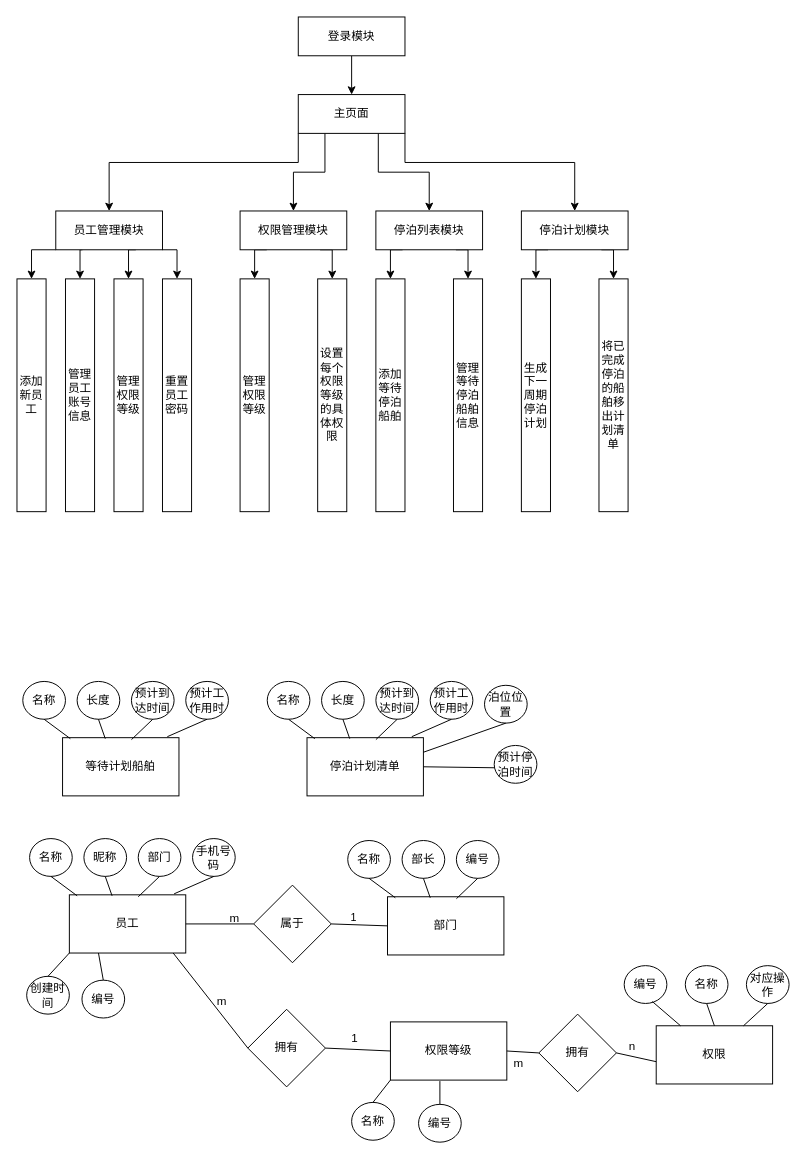
This is 功能性需求.drawio from xbb2020/dicPics, a draw.io file, before an edit. Source tidied: cells renumbered, new cells numbered last; positions are measured from the earlier drawing's top-left corner, leaving out a move shared by most shapes. Both pictures are drawn from the tidied source at 97%, with x=0, y=0 at pixel (16, 16).
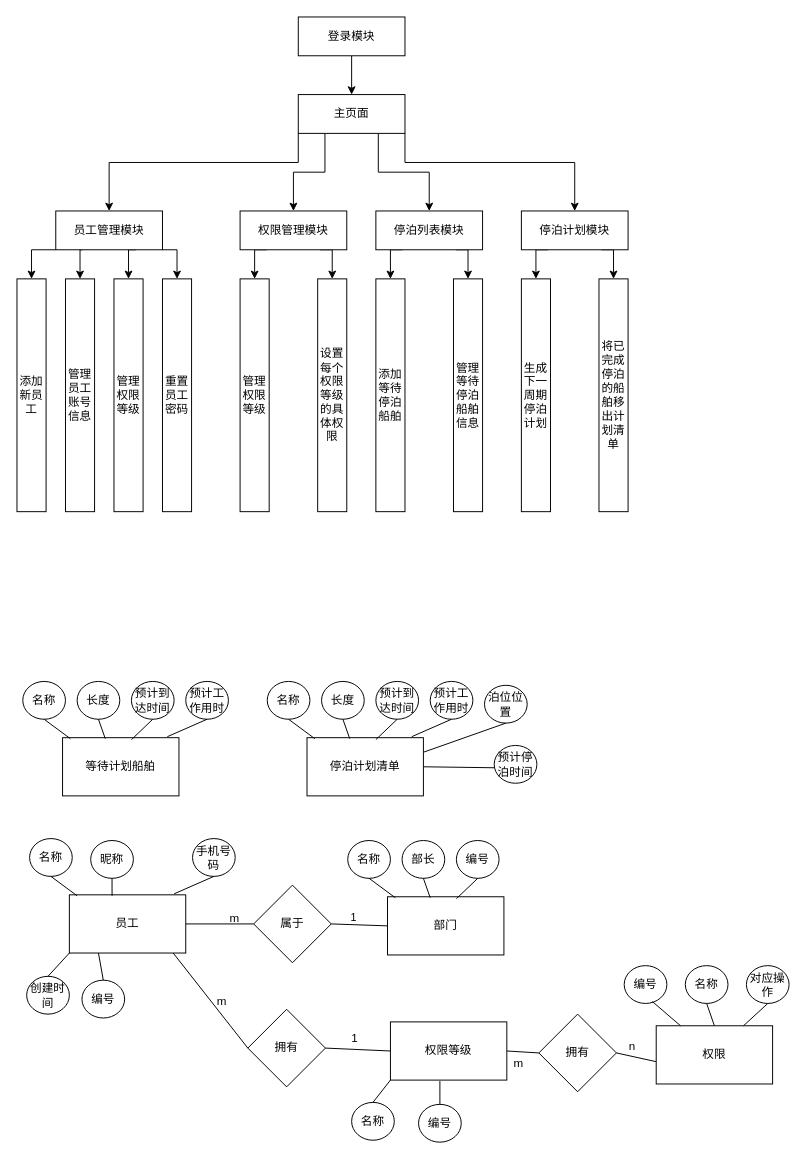
After the change.

Commit message (it also covers changes not shown here):
更新功能性需求.drawio

Unchanged cells that the change refers to:
```xml
<mxCell id="55" value="员工" style="rounded=0;whiteSpace=wrap;html=1;" parent="1" vertex="1">
  <mxGeometry x="54" y="905" width="120" height="60" as="geometry" />
</mxCell>
```

What changed in the source:
```diff
@@
     <mxCell id="57" value="昵称" style="ellipse;whiteSpace=wrap;html=1;" parent="1" vertex="1">
-      <mxGeometry x="69" y="847" width="44" height="39" as="geometry" />
+      <mxGeometry x="76" y="849" width="44" height="39" as="geometry" />
     </mxCell>
-    <mxCell id="58" value="部门" style="ellipse;whiteSpace=wrap;html=1;" parent="1" vertex="1">
-      <mxGeometry x="125" y="847" width="44" height="39" as="geometry" />
-    </mxCell>
@@
-    <mxCell id="62" style="endArrow=none;html=1;rounded=0;entryX=0.5;entryY=1;entryDx=0;entryDy=0;exitX=0.592;exitY=0.033;exitDx=0;exitDy=0;exitPerimeter=0;" parent="1" edge="1" source="55" target="58">
-      <mxGeometry relative="1" as="geometry" />
-    </mxCell>
```
